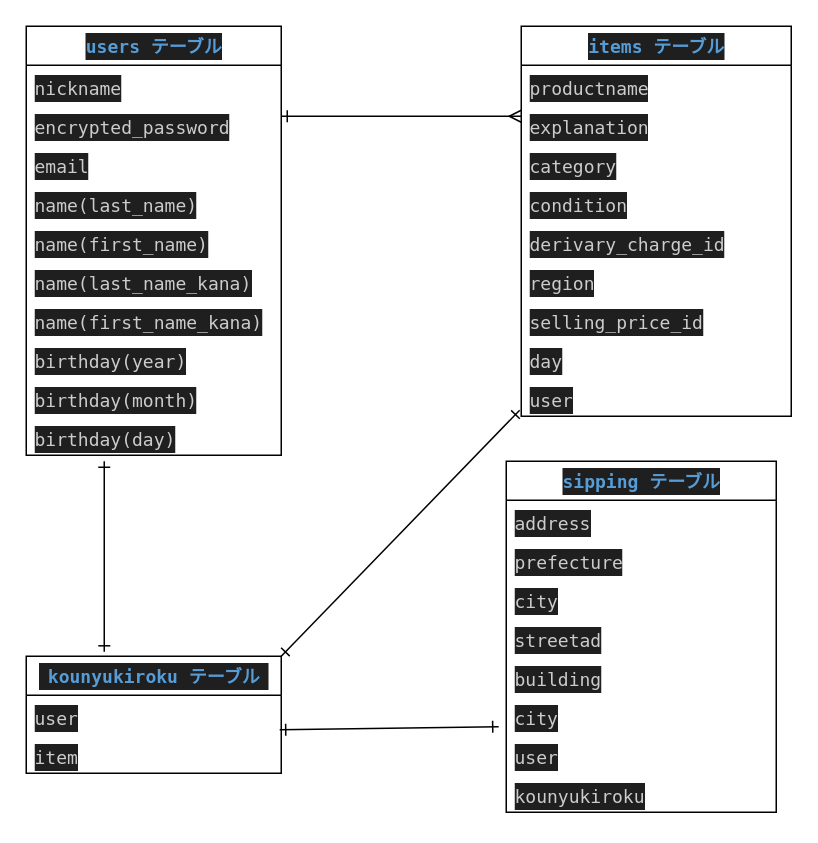
This is er.dio from hichaniko/furima-39696, a draw.io file, before an edit. Source tidied: cells renumbered, new cells numbered last; positions are measured from the earlier drawing's top-left corner, leaving out a move shared by most shapes. Both pictures are drawn from the tidied source at 150%, with x=0, y=0 at pixel (26, 26).
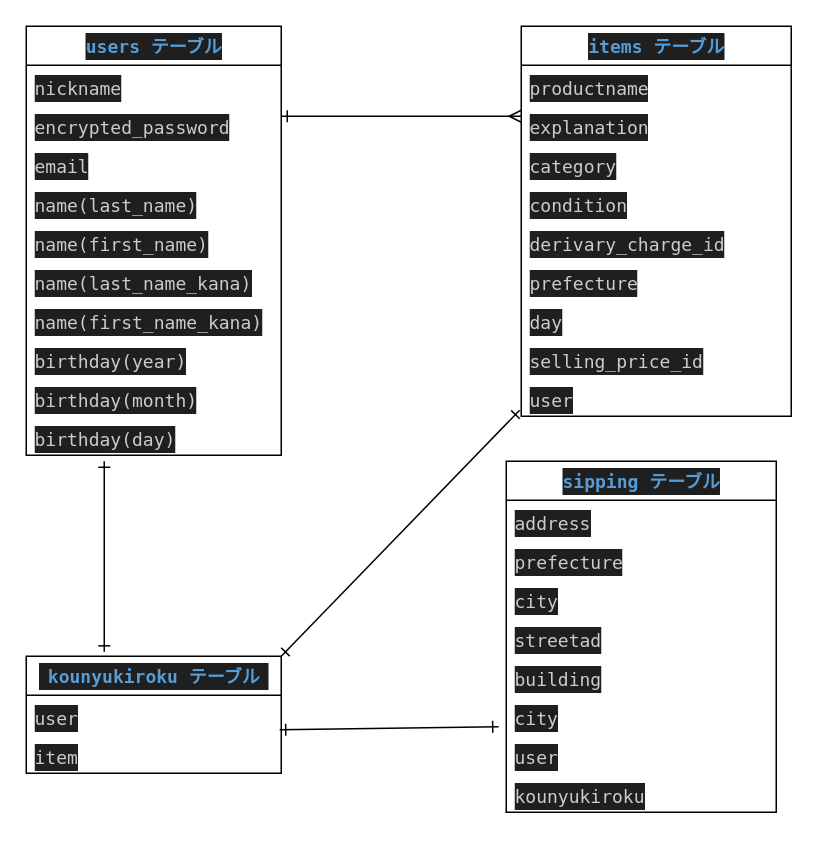
After the change.

Commit message:
データベース修正

The change refers to these unchanged cells:
```xml
<mxCell id="13" value="&lt;div style=&quot;color: rgb(204, 204, 204); background-color: rgb(31, 31, 31); font-family: Menlo, Monaco, &amp;quot;Courier New&amp;quot;, monospace; line-height: 18px;&quot;&gt;&lt;span style=&quot;color: #569cd6;font-weight: bold;&quot;&gt;items テーブル&lt;/span&gt;&lt;/div&gt;" style="swimlane;fontStyle=0;horizontal=1;startSize=26;fillColor=none;html=1;" parent="1" vertex="1">
  <mxGeometry x="330" width="180" height="260" as="geometry" />
</mxCell>
```

Change to the diagram source:
```diff
@@
-    <mxCell id="19" value="&lt;div style=&quot;color: rgb(204, 204, 204); background-color: rgb(31, 31, 31); font-family: Menlo, Monaco, &amp;quot;Courier New&amp;quot;, monospace; font-weight: normal; font-size: 12px; line-height: 18px;&quot;&gt;&lt;div&gt;&lt;span style=&quot;color: #cccccc;&quot;&gt;region&lt;/span&gt;&lt;/div&gt;&lt;/div&gt;" style="text;strokeColor=none;fillColor=none;align=left;verticalAlign=top;spacingLeft=4;spacingRight=4;overflow=hidden;whiteSpace=wrap;html=1;" parent="13" vertex="1">
+    <mxCell id="19" value="&lt;div style=&quot;color: rgb(204, 204, 204); background-color: rgb(31, 31, 31); font-family: Menlo, Monaco, &amp;quot;Courier New&amp;quot;, monospace; font-weight: normal; font-size: 12px; line-height: 18px;&quot;&gt;&lt;div style=&quot;line-height: 18px;&quot;&gt;prefecture&lt;/div&gt;&lt;/div&gt;" style="text;strokeColor=none;fillColor=none;align=left;verticalAlign=top;spacingLeft=4;spacingRight=4;overflow=hidden;whiteSpace=wrap;html=1;" parent="13" vertex="1">
       <mxGeometry y="156" width="180" height="26" as="geometry" />
     </mxCell>
+    <mxCell id="21" value="&lt;div style=&quot;color: rgb(204, 204, 204); background-color: rgb(31, 31, 31); font-family: Menlo, Monaco, &amp;quot;Courier New&amp;quot;, monospace; font-weight: normal; font-size: 12px; line-height: 18px;&quot;&gt;&lt;div&gt;&lt;span style=&quot;color: #cccccc;&quot;&gt;day&lt;/span&gt;&lt;/div&gt;&lt;/div&gt;" style="text;strokeColor=none;fillColor=none;align=left;verticalAlign=top;spacingLeft=4;spacingRight=4;overflow=hidden;whiteSpace=wrap;html=1;" parent="13" vertex="1">
+      <mxGeometry y="182" width="180" height="26" as="geometry" />
+    </mxCell>
     <mxCell id="20" value="&lt;div style=&quot;color: rgb(204, 204, 204); background-color: rgb(31, 31, 31); font-family: Menlo, Monaco, &amp;quot;Courier New&amp;quot;, monospace; font-weight: normal; font-size: 12px; line-height: 18px;&quot;&gt;&lt;div&gt;&lt;span style=&quot;color: #cccccc;&quot;&gt;selling_price&lt;/span&gt;&lt;span style=&quot;&quot;&gt;_id&lt;/span&gt;&lt;/div&gt;&lt;/div&gt;" style="text;strokeColor=none;fillColor=none;align=left;verticalAlign=top;spacingLeft=4;spacingRight=4;overflow=hidden;whiteSpace=wrap;html=1;" parent="13" vertex="1">
-      <mxGeometry y="182" width="180" height="26" as="geometry" />
+      <mxGeometry y="208" width="180" height="26" as="geometry" />
     </mxCell>
-    <mxCell id="21" value="&lt;div style=&quot;color: rgb(204, 204, 204); background-color: rgb(31, 31, 31); font-family: Menlo, Monaco, &amp;quot;Courier New&amp;quot;, monospace; font-weight: normal; font-size: 12px; line-height: 18px;&quot;&gt;&lt;div&gt;&lt;span style=&quot;color: #cccccc;&quot;&gt;day&lt;/span&gt;&lt;/div&gt;&lt;/div&gt;" style="text;strokeColor=none;fillColor=none;align=left;verticalAlign=top;spacingLeft=4;spacingRight=4;overflow=hidden;whiteSpace=wrap;html=1;" parent="13" vertex="1">
-      <mxGeometry y="208" width="180" height="26" as="geometry" />
-    </mxCell>
```
